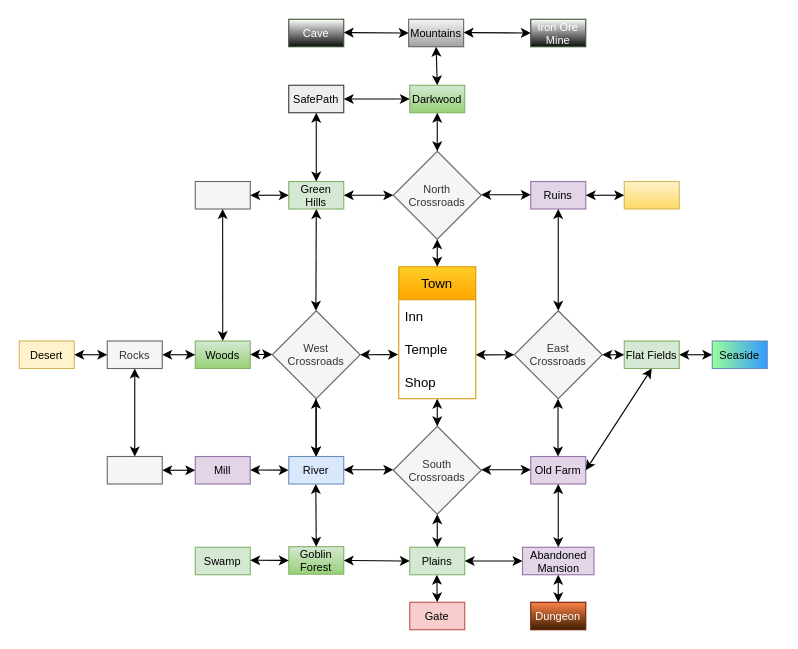
The draw.io diagram Adventure game map.drawio in Skaz7/Adventure_game, before the edit. Source tidied: cells renumbered, new cells numbered last; positions are measured from the earlier drawing's top-left corner, leaving out a move shared by most shapes. Both pictures are drawn from the tidied source at 110%, with x=0, y=0 at pixel (19, 19).
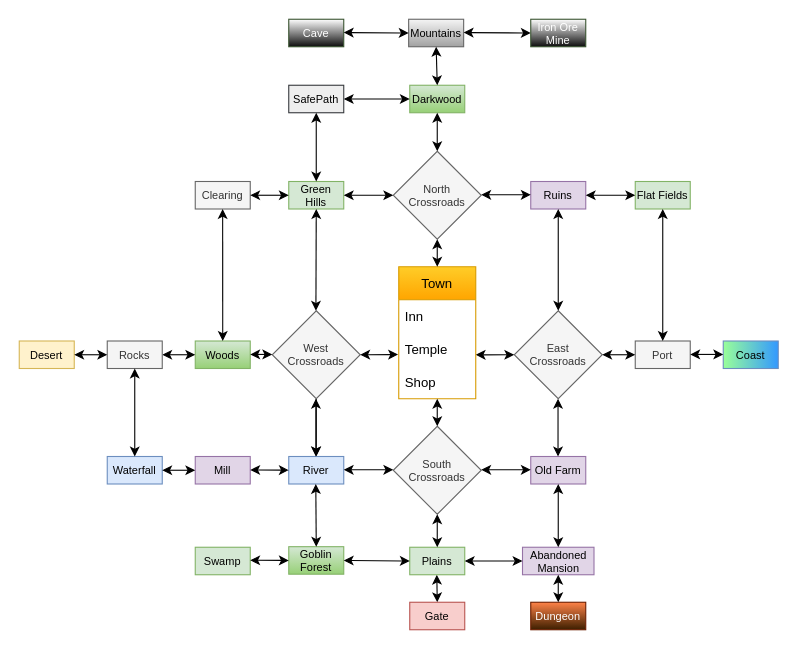
The same diagram, later.

The change refers to these unchanged cells:
```xml
<mxCell id="4" value="East&lt;br&gt;Crossroads" style="rhombus;whiteSpace=wrap;html=1;fillColor=#f5f5f5;fontColor=#333333;strokeColor=#666666;fontSize=10;" parent="1" vertex="1">
  <mxGeometry x="450" y="265" width="80" height="80" as="geometry" />
</mxCell>
<mxCell id="13" value="Ruins" style="rounded=0;whiteSpace=wrap;html=1;fontSize=10;fillColor=#e1d5e7;strokeColor=#9673a6;" parent="1" vertex="1">
  <mxGeometry x="465" y="147.5" width="50" height="25" as="geometry" />
</mxCell>
<mxCell id="14" value="Old Farm" style="rounded=0;whiteSpace=wrap;html=1;fontSize=10;fillColor=#e1d5e7;strokeColor=#9673a6;" parent="1" vertex="1">
  <mxGeometry x="465" y="397.5" width="50" height="25" as="geometry" />
</mxCell>
```

Change to the diagram source:
```diff
@@
     <mxCell id="12" value="Flat Fields" style="rounded=0;whiteSpace=wrap;html=1;fillColor=#d5e8d4;strokeColor=#82b366;fontSize=10;" parent="1" vertex="1">
-      <mxGeometry x="550" y="292.5" width="50" height="25" as="geometry" />
+      <mxGeometry x="560" y="147.5" width="50" height="25" as="geometry" />
     </mxCell>
@@
-    <mxCell id="16" value="Seaside" style="rounded=0;whiteSpace=wrap;html=1;fontSize=10;fillColor=#3399FF;strokeColor=#6c8ebf;gradientColor=#99FF99;gradientDirection=west;" parent="1" vertex="1">
-      <mxGeometry x="630" y="292.5" width="50" height="25" as="geometry" />
+    <mxCell id="16" value="Coast" style="rounded=0;whiteSpace=wrap;html=1;fontSize=10;fillColor=#3399FF;strokeColor=#6c8ebf;gradientColor=#99FF99;gradientDirection=west;" parent="1" vertex="1">
+      <mxGeometry x="640" y="292.5" width="50" height="25" as="geometry" />
     </mxCell>
@@
-    <mxCell id="18" style="endArrow=classic;startArrow=classic;html=1;rounded=0;entryX=0;entryY=0.5;entryDx=0;entryDy=0;exitX=1;exitY=0.5;exitDx=0;exitDy=0;" parent="1" edge="1" source="4" target="12">
-      <mxGeometry relative="1" as="geometry" />
-    </mxCell>
-    <mxCell id="19" style="endArrow=classic;startArrow=classic;html=1;rounded=0;entryX=0;entryY=0.5;entryDx=0;entryDy=0;exitX=1;exitY=0.5;exitDx=0;exitDy=0;" parent="1" edge="1" source="12" target="16">
-      <mxGeometry relative="1" as="geometry" />
-    </mxCell>
@@
-    <mxCell id="55" style="endArrow=classic;startArrow=classic;html=1;rounded=0;entryX=0.5;entryY=1;entryDx=0;entryDy=0;exitX=1;exitY=0.5;exitDx=0;exitDy=0;" parent="1" edge="1" source="14" target="12">
-      <mxGeometry relative="1" as="geometry" />
-    </mxCell>
@@
-    <mxCell id="62" style="rounded=0;whiteSpace=wrap;html=1;fillColor=#fff2cc;strokeColor=#d6b656;fontSize=10;gradientColor=#ffd966;" parent="1" vertex="1">
-      <mxGeometry x="550" y="147.5" width="50" height="25" as="geometry" />
+    <mxCell id="62" value="Port" style="rounded=0;whiteSpace=wrap;html=1;fillColor=#f5f5f5;strokeColor=#666666;fontSize=10;fontColor=#333333;" parent="1" vertex="1">
+      <mxGeometry x="560" y="292.5" width="50" height="25" as="geometry" />
     </mxCell>
-    <mxCell id="63" style="rounded=0;whiteSpace=wrap;html=1;fontSize=10;fillColor=#f5f5f5;strokeColor=#666666;fontColor=#333333;" parent="1" vertex="1">
+    <mxCell id="63" value="Waterfall" style="rounded=0;whiteSpace=wrap;html=1;fontSize=10;fillColor=#dae8fc;strokeColor=#6c8ebf;" parent="1" vertex="1">
       <mxGeometry x="80" y="397.5" width="50" height="25" as="geometry" />
     </mxCell>
@@
-    <mxCell id="66" style="endArrow=classic;startArrow=classic;html=1;rounded=0;entryX=1;entryY=0.5;entryDx=0;entryDy=0;exitX=0;exitY=0.5;exitDx=0;exitDy=0;" parent="1" edge="1" source="62" target="13">
-      <mxGeometry relative="1" as="geometry" />
-    </mxCell>
-    <mxCell id="67" style="rounded=0;whiteSpace=wrap;html=1;fontSize=10;fillColor=#f5f5f5;strokeColor=#666666;fontColor=#333333;" parent="1" vertex="1">
+    <mxCell id="67" value="Clearing" style="rounded=0;whiteSpace=wrap;html=1;fontSize=10;fillColor=#f5f5f5;strokeColor=#666666;fontColor=#333333;" parent="1" vertex="1">
       <mxGeometry x="160" y="147.5" width="50" height="25" as="geometry" />
     </mxCell>
@@
+    <mxCell id="73" style="endArrow=classic;startArrow=classic;html=1;rounded=0;entryX=0;entryY=0.5;entryDx=0;entryDy=0;exitX=1;exitY=0.5;exitDx=0;exitDy=0;" parent="1" edge="1" source="13" target="12">
+      <mxGeometry relative="1" as="geometry" />
+    </mxCell>
+    <mxCell id="74" style="endArrow=classic;startArrow=classic;html=1;rounded=0;entryX=0.5;entryY=1;entryDx=0;entryDy=0;exitX=0.5;exitY=0;exitDx=0;exitDy=0;" parent="1" edge="1" source="62" target="12">
+      <mxGeometry relative="1" as="geometry" />
+    </mxCell>
+    <mxCell id="75" style="endArrow=classic;startArrow=classic;html=1;rounded=0;entryX=0;entryY=0.5;entryDx=0;entryDy=0;exitX=1;exitY=0.5;exitDx=0;exitDy=0;" parent="1" edge="1" source="4" target="62">
+      <mxGeometry relative="1" as="geometry" />
+    </mxCell>
+    <mxCell id="76" style="endArrow=classic;startArrow=classic;html=1;rounded=0;entryX=0;entryY=0.5;entryDx=0;entryDy=0;exitX=1;exitY=0.5;exitDx=0;exitDy=0;" parent="1" edge="1">
+      <mxGeometry relative="1" as="geometry">
+        <mxPoint x="610" y="304.7" as="sourcePoint" />
+        <mxPoint x="640" y="304.7" as="targetPoint" />
+      </mxGeometry>
+    </mxCell>
```
